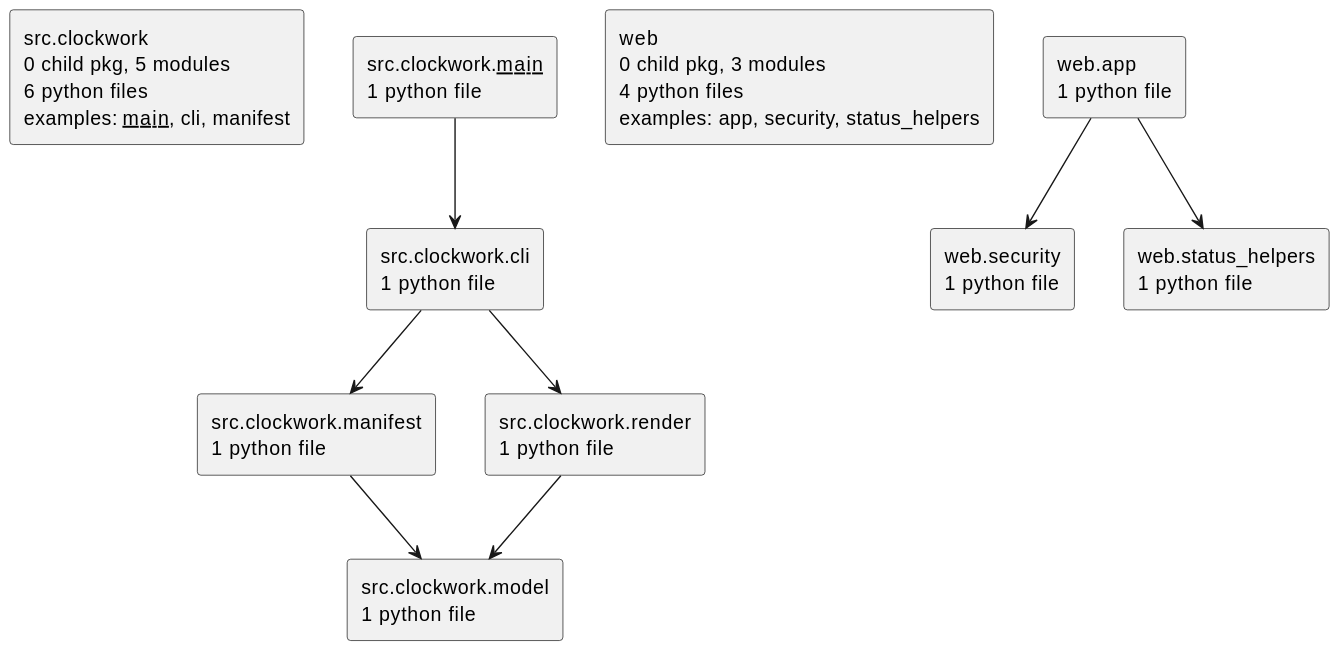
The PlantUML diagram docs/diagrams/python-packages.puml.svg in casonk/clockwork, before a commit.
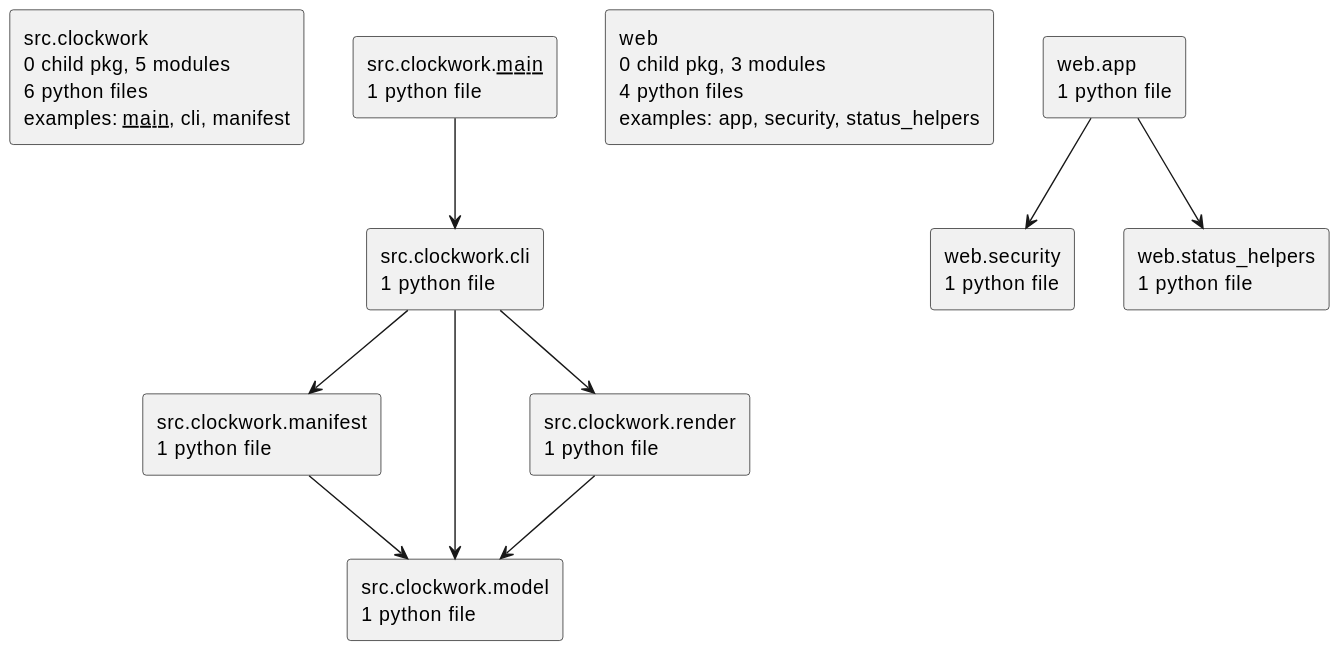
After the commit.

The edit, as a diff of the source:
```diff
@@ -14,6 +14,7 @@
 rectangle "web.status_helpers\n1 python file" as web.status_helpers
 src.clockwork.__main__ --> src.clockwork.cli
 src.clockwork.cli --> src.clockwork.manifest
+src.clockwork.cli --> src.clockwork.model
 src.clockwork.cli --> src.clockwork.render
 src.clockwork.manifest --> src.clockwork.model
 src.clockwork.render --> src.clockwork.model
```
